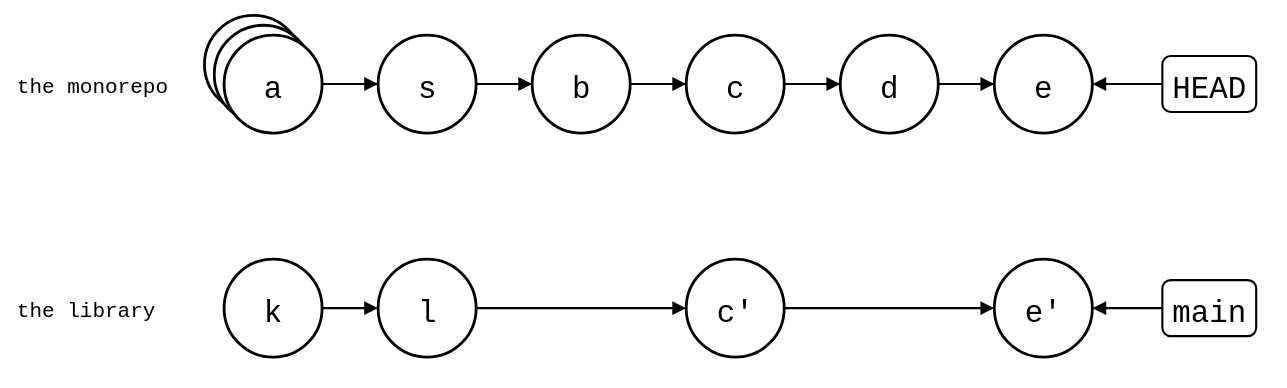
roschaefer/episodes keeps this draw.io diagram as git-splice/test/comparisons/git-subtree-splice.drawio.svg. Above is the earlier version. Source tidied: cells renumbered, new cells last; positions are measured from the earlier drawing's top-left corner, leaving out a move shared by most shapes.
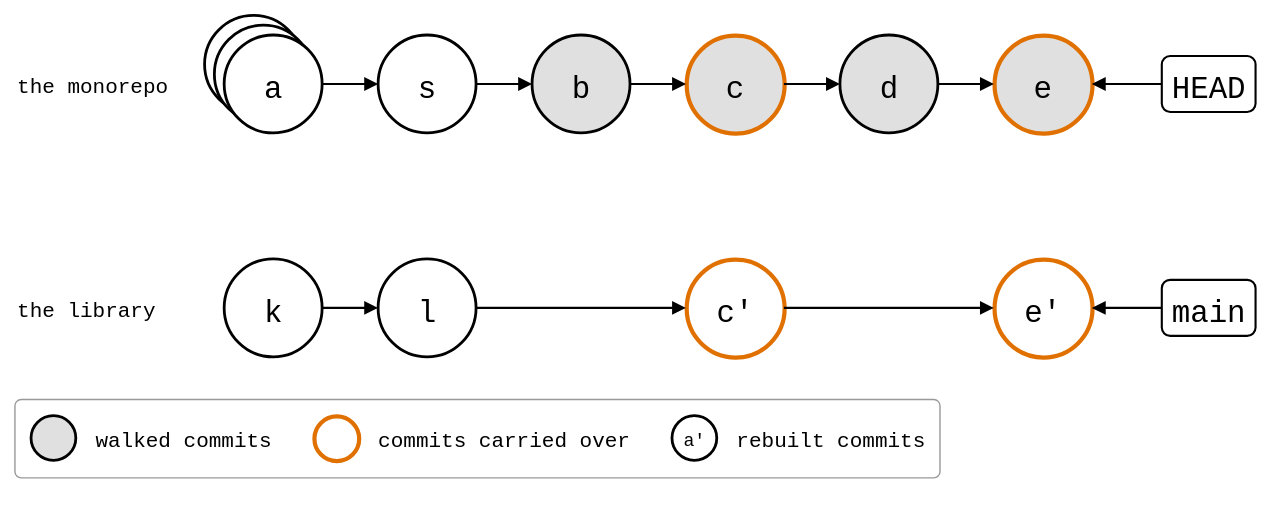
After the change.

The edit, as a diff of the source:
```diff
@@ -20,16 +20,16 @@
     <mxCell id="7" value="s" style="ellipse;strokeWidth=2;fontSize=22;fontFamily=Roboto Mono,monospace;" parent="1" vertex="1">
       <mxGeometry x="260" y="14" width="70" height="70" as="geometry" />
     </mxCell>
-    <mxCell id="8" value="b" style="ellipse;strokeWidth=2;fontSize=22;fontFamily=Roboto Mono,monospace;" parent="1" vertex="1">
+    <mxCell id="8" value="b" style="ellipse;fontSize=22;fontFamily=Roboto Mono,monospace;strokeWidth=2;fillColor=#E0E0E0;" parent="1" vertex="1">
       <mxGeometry x="370" y="14" width="70" height="70" as="geometry" />
     </mxCell>
-    <mxCell id="9" value="c" style="ellipse;strokeWidth=2;fontSize=22;fontFamily=Roboto Mono,monospace;" parent="1" vertex="1">
+    <mxCell id="9" value="c" style="ellipse;fontSize=22;fontFamily=Roboto Mono,monospace;fillColor=#E0E0E0;strokeColor=#E07000;strokeWidth=3;" parent="1" vertex="1">
       <mxGeometry x="480" y="14" width="70" height="70" as="geometry" />
     </mxCell>
-    <mxCell id="10" value="d" style="ellipse;strokeWidth=2;fontSize=22;fontFamily=Roboto Mono,monospace;" parent="1" vertex="1">
+    <mxCell id="10" value="d" style="ellipse;fontSize=22;fontFamily=Roboto Mono,monospace;strokeWidth=2;fillColor=#E0E0E0;" parent="1" vertex="1">
       <mxGeometry x="590" y="14" width="70" height="70" as="geometry" />
     </mxCell>
-    <mxCell id="11" value="e" style="ellipse;strokeWidth=2;fontSize=22;fontFamily=Roboto Mono,monospace;" parent="1" vertex="1">
+    <mxCell id="11" value="e" style="ellipse;fontSize=22;fontFamily=Roboto Mono,monospace;fillColor=#E0E0E0;strokeColor=#E07000;strokeWidth=3;" parent="1" vertex="1">
       <mxGeometry x="700" y="14" width="70" height="70" as="geometry" />
     </mxCell>
     <mxCell id="12" value="k" style="ellipse;strokeWidth=2;fontSize=22;fontFamily=Roboto Mono,monospace;" parent="1" vertex="1">
@@ -38,10 +38,10 @@
     <mxCell id="13" value="l" style="ellipse;strokeWidth=2;fontSize=22;fontFamily=Roboto Mono,monospace;" parent="1" vertex="1">
       <mxGeometry x="260" y="174" width="70" height="70" as="geometry" />
     </mxCell>
-    <mxCell id="14" value="c'" style="ellipse;strokeWidth=2;fontSize=22;fontFamily=Roboto Mono,monospace;" parent="1" vertex="1">
+    <mxCell id="14" value="c'" style="ellipse;fontSize=22;fontFamily=Roboto Mono,monospace;strokeColor=#E07000;strokeWidth=3;" parent="1" vertex="1">
       <mxGeometry x="480" y="174" width="70" height="70" as="geometry" />
     </mxCell>
-    <mxCell id="15" value="e'" style="ellipse;strokeWidth=2;fontSize=22;fontFamily=Roboto Mono,monospace;" parent="1" vertex="1">
+    <mxCell id="15" value="e'" style="ellipse;fontSize=22;fontFamily=Roboto Mono,monospace;strokeColor=#E07000;strokeWidth=3;" parent="1" vertex="1">
       <mxGeometry x="700" y="174" width="70" height="70" as="geometry" />
     </mxCell>
     <mxCell id="16" value="HEAD" style="rounded=1;strokeWidth=1.5;fontSize=22;fontFamily=Roboto Mono,monospace;" parent="1" vertex="1">
@@ -80,5 +80,26 @@
     <mxCell id="27" style="endArrow=block;endFill=1;html=1;strokeWidth=1.5;rounded=0;" parent="1" edge="1" source="14" target="15">
       <mxGeometry relative="1" as="geometry" />
     </mxCell>
+    <mxCell id="28" style="rounded=1;arcSize=8;fillColor=none;strokeColor=#999999;strokeWidth=1;legend=1;" parent="1" vertex="1">
+      <mxGeometry y="274" width="661" height="56" as="geometry" />
+    </mxCell>
+    <mxCell id="29" style="ellipse;fontSize=13;fontFamily=Roboto Mono,monospace;strokeWidth=2;fillColor=#E0E0E0;" parent="28" vertex="1">
+      <mxGeometry x="12" y="12" width="32" height="32" as="geometry" />
+    </mxCell>
+    <mxCell id="30" value="walked commits" style="text;align=left;verticalAlign=middle;fontSize=15;fontFamily=Roboto Mono,monospace;" parent="28" vertex="1">
+      <mxGeometry x="56" y="12" width="126" height="32" as="geometry" />
+    </mxCell>
+    <mxCell id="31" style="ellipse;fontSize=13;fontFamily=Roboto Mono,monospace;strokeColor=#E07000;strokeWidth=3;" parent="28" vertex="1">
+      <mxGeometry x="214" y="12" width="32" height="32" as="geometry" />
+    </mxCell>
+    <mxCell id="32" value="commits carried over" style="text;align=left;verticalAlign=middle;fontSize=15;fontFamily=Roboto Mono,monospace;" parent="28" vertex="1">
+      <mxGeometry x="258" y="12" width="180" height="32" as="geometry" />
+    </mxCell>
+    <mxCell id="33" value="a'" style="ellipse;fontSize=13;fontFamily=Roboto Mono,monospace;strokeWidth=2;" parent="28" vertex="1">
+      <mxGeometry x="470" y="12" width="32" height="32" as="geometry" />
+    </mxCell>
+    <mxCell id="34" value="rebuilt commits" style="text;align=left;verticalAlign=middle;fontSize=15;fontFamily=Roboto Mono,monospace;" parent="28" vertex="1">
+      <mxGeometry x="514" y="12" width="135" height="32" as="geometry" />
+    </mxCell>
   </root>
 </mxGraphModel>
```
